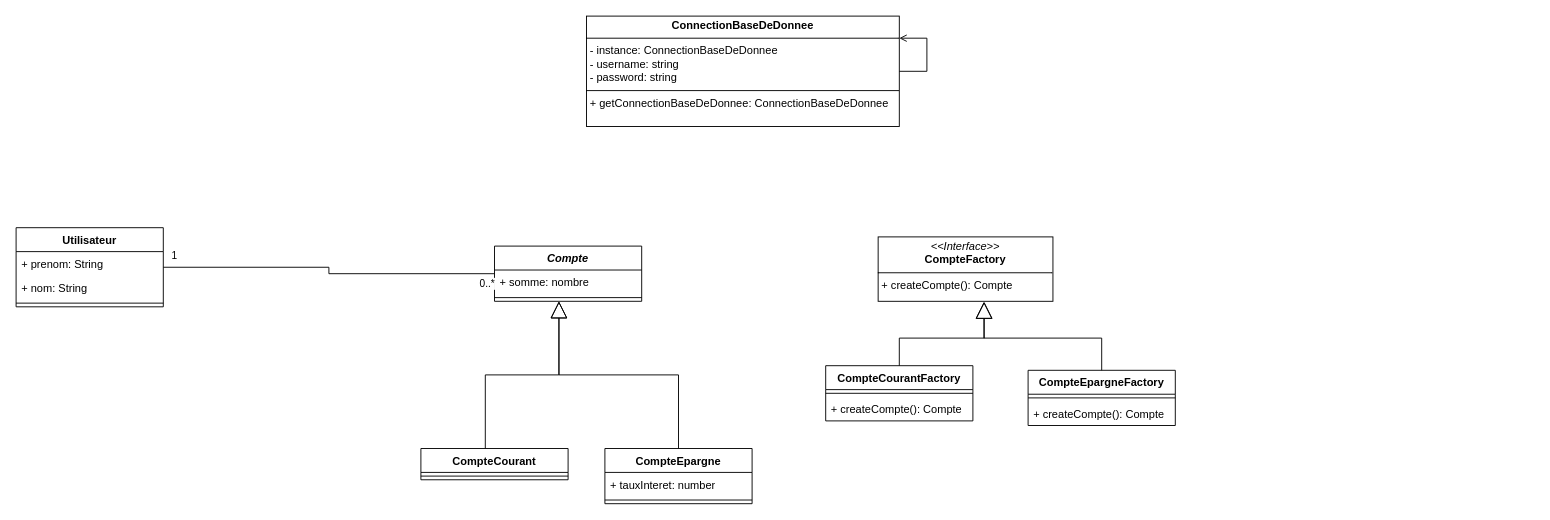
SamuelFMS/18-Dev-Design-Patern keeps this draw.io diagram as docs/DiagrammeDeClasse.drawio. Above is the earlier version. Source tidied: cells renumbered, new cells numbered last; positions are measured from the earlier drawing's top-left corner, leaving out a move shared by most shapes. Both pictures are drawn from the tidied source at 92%, with x=0, y=0 at pixel (16, 16).
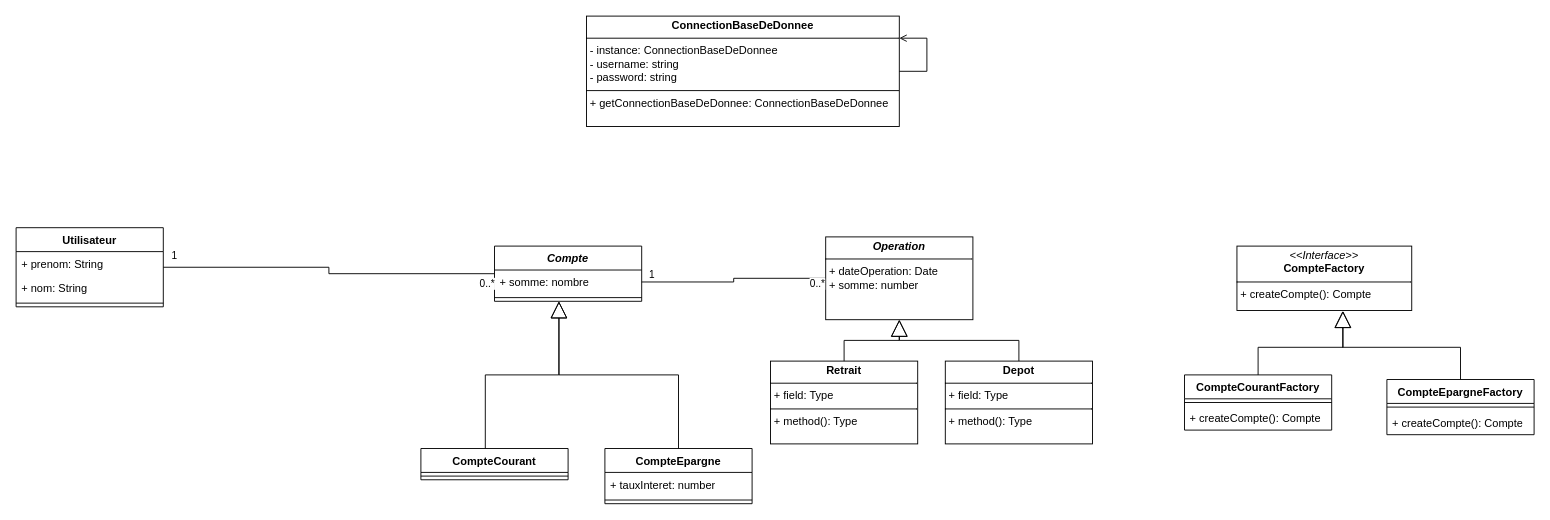
The same diagram, later.

Commit message:
docs: Diagramme de classe ajout de la classe abstraite operation qui est soit un Retrait ou un depot

Unchanged cells that the change refers to:
```xml
<mxCell id="5" value="+ somme: nombre" style="text;strokeColor=none;fillColor=none;align=left;verticalAlign=top;spacingLeft=4;spacingRight=4;overflow=hidden;points=[[0,0.5],[1,0.5]];portConstraint=eastwest;whiteSpace=wrap;html=1;" parent="4" vertex="1">
  <mxGeometry y="26" width="160" height="26" as="geometry" />
</mxCell>
```

What changed in the source:
```diff
@@
     <mxCell id="14" value="&lt;p style=&quot;margin:0px;margin-top:4px;text-align:center;&quot;&gt;&lt;i&gt;&amp;lt;&amp;lt;Interface&amp;gt;&amp;gt;&lt;/i&gt;&lt;br&gt;&lt;b&gt;CompteFactory&lt;/b&gt;&lt;/p&gt;&lt;hr size=&quot;1&quot; style=&quot;border-style:solid;&quot;&gt;&lt;p style=&quot;margin:0px;margin-left:4px;&quot;&gt;+ createCompte(): Compte&lt;br&gt;&lt;/p&gt;" style="verticalAlign=top;align=left;overflow=fill;html=1;whiteSpace=wrap;" parent="1" vertex="1">
-      <mxGeometry x="937" y="240" width="190" height="70" as="geometry" />
+      <mxGeometry x="1327" y="250" width="190" height="70" as="geometry" />
     </mxCell>
     <mxCell id="15" value="CompteCourantFactory" style="swimlane;fontStyle=1;align=center;verticalAlign=top;horizontal=1;startSize=26;whiteSpace=wrap;html=1;" parent="1" vertex="1">
-      <mxGeometry x="880" y="380" width="160" height="60" as="geometry" />
+      <mxGeometry x="1270" y="390" width="160" height="60" as="geometry" />
     </mxCell>
@@
     <mxCell id="18" value="CompteEpargneFactory" style="swimlane;fontStyle=1;align=center;verticalAlign=top;horizontal=1;startSize=26;whiteSpace=wrap;html=1;" parent="1" vertex="1">
-      <mxGeometry x="1100" y="385" width="160" height="60" as="geometry" />
+      <mxGeometry x="1490" y="395" width="160" height="60" as="geometry" />
     </mxCell>
@@
     <mxCell id="21" style="endArrow=block;endSize=16;endFill=0;html=1;rounded=0;defaultLabelBackgroundColor=page;labelPadding=0 4;entryX=0.607;entryY=1.007;entryDx=0;entryDy=0;entryPerimeter=0;edgeStyle=orthogonalEdgeStyle;exitX=0.5;exitY=0;exitDx=0;exitDy=0;" parent="1" edge="1" source="15" target="14">
       <mxGeometry x="-0.04" relative="1" as="geometry">
         <Array as="points">
-          <mxPoint x="960" y="350" />
-          <mxPoint x="1052.3" y="350" />
+          <mxPoint x="1350" y="360" />
+          <mxPoint x="1442.3" y="360" />
         </Array>
       </mxGeometry>
     </mxCell>
     <mxCell id="22" style="endArrow=block;endSize=16;endFill=0;html=1;rounded=0;defaultLabelBackgroundColor=page;labelPadding=0 4;entryX=0.605;entryY=1.006;entryDx=0;entryDy=0;entryPerimeter=0;edgeStyle=orthogonalEdgeStyle;" parent="1" edge="1" source="18" target="14">
       <mxGeometry x="-0.01" relative="1" as="geometry">
         <Array as="points">
-          <mxPoint x="1180" y="350" />
-          <mxPoint x="1052" y="350" />
+          <mxPoint x="1570" y="360" />
+          <mxPoint x="1442" y="360" />
         </Array>
       </mxGeometry>
     </mxCell>
@@
+    <mxCell id="30" value="&lt;p style=&quot;margin:0px;margin-top:4px;text-align:center;&quot;&gt;&lt;b&gt;&lt;i&gt;Operation&lt;/i&gt;&lt;/b&gt;&lt;/p&gt;&lt;hr size=&quot;1&quot; style=&quot;border-style:solid;&quot;&gt;&lt;p style=&quot;margin:0px;margin-left:4px;&quot;&gt;+ dateOperation: Date&lt;/p&gt;&lt;p style=&quot;margin:0px;margin-left:4px;&quot;&gt;+ s&lt;span style=&quot;background-color: transparent; color: light-dark(#000000, var(--ge-light-color, #ffffff));&quot;&gt;omme: number&lt;/span&gt;&lt;/p&gt;" style="verticalAlign=top;align=left;overflow=fill;html=1;whiteSpace=wrap;" parent="1" vertex="1">
+      <mxGeometry x="880" y="240" width="160" height="90" as="geometry" />
+    </mxCell>
+    <mxCell id="31" value="&lt;p style=&quot;margin:0px;margin-top:4px;text-align:center;&quot;&gt;&lt;b&gt;Retrait&lt;/b&gt;&lt;/p&gt;&lt;hr size=&quot;1&quot; style=&quot;border-style:solid;&quot;&gt;&lt;p style=&quot;margin:0px;margin-left:4px;&quot;&gt;+ field: Type&lt;/p&gt;&lt;hr size=&quot;1&quot; style=&quot;border-style:solid;&quot;&gt;&lt;p style=&quot;margin:0px;margin-left:4px;&quot;&gt;+ method(): Type&lt;/p&gt;" style="verticalAlign=top;align=left;overflow=fill;html=1;whiteSpace=wrap;" parent="1" vertex="1">
+      <mxGeometry x="820" y="375" width="160" height="90" as="geometry" />
+    </mxCell>
+    <mxCell id="32" value="&lt;p style=&quot;margin:0px;margin-top:4px;text-align:center;&quot;&gt;&lt;b&gt;Depot&lt;/b&gt;&lt;/p&gt;&lt;hr size=&quot;1&quot; style=&quot;border-style:solid;&quot;&gt;&lt;p style=&quot;margin:0px;margin-left:4px;&quot;&gt;+ field: Type&lt;/p&gt;&lt;hr size=&quot;1&quot; style=&quot;border-style:solid;&quot;&gt;&lt;p style=&quot;margin:0px;margin-left:4px;&quot;&gt;+ method(): Type&lt;/p&gt;" style="verticalAlign=top;align=left;overflow=fill;html=1;whiteSpace=wrap;" parent="1" vertex="1">
+      <mxGeometry x="1010" y="375" width="160" height="90" as="geometry" />
+    </mxCell>
+    <mxCell id="33" style="endArrow=block;endSize=16;endFill=0;html=1;rounded=0;defaultLabelBackgroundColor=page;labelPadding=0 4;entryX=0.5;entryY=1;entryDx=0;entryDy=0;edgeStyle=orthogonalEdgeStyle;" parent="1" edge="1" source="32" target="30">
+      <mxGeometry relative="1" as="geometry" />
+    </mxCell>
+    <mxCell id="34" style="endArrow=block;endSize=16;endFill=0;html=1;rounded=0;defaultLabelBackgroundColor=page;labelPadding=0 4;entryX=0.5;entryY=1;entryDx=0;entryDy=0;edgeStyle=orthogonalEdgeStyle;exitX=0.5;exitY=0;exitDx=0;exitDy=0;" parent="1" edge="1" source="31" target="30">
+      <mxGeometry relative="1" as="geometry" />
+    </mxCell>
+    <mxCell id="35" style="edgeStyle=orthogonalEdgeStyle;rounded=0;jettySize=auto;html=1;defaultLabelBackgroundColor=page;labelPadding=0 4;entryX=1;entryY=0.5;entryDx=0;entryDy=0;endArrow=none;endFill=0;exitX=0;exitY=0.5;exitDx=0;exitDy=0;" parent="1" edge="1" source="30" target="5">
+      <mxGeometry relative="1" as="geometry" />
+    </mxCell>
+    <mxCell id="36" value="0..*" style="edgeLabel;html=1;align=center;verticalAlign=middle;inheritText=1;defaultLabelBackgroundColor=page;labelPadding=0 4;" parent="35" vertex="1">
+      <mxGeometry x="0.96" y="2" relative="1" as="geometry">
+        <mxPoint x="186" y="-1" as="offset" />
+      </mxGeometry>
+    </mxCell>
+    <mxCell id="37" value="1" style="edgeLabel;html=1;align=center;verticalAlign=middle;inheritText=1;defaultLabelBackgroundColor=page;labelPadding=0 4;" parent="35" vertex="1">
+      <mxGeometry x="-0.98" y="1" relative="1" as="geometry">
+        <mxPoint x="-188" y="-6" as="offset" />
+      </mxGeometry>
+    </mxCell>
```
